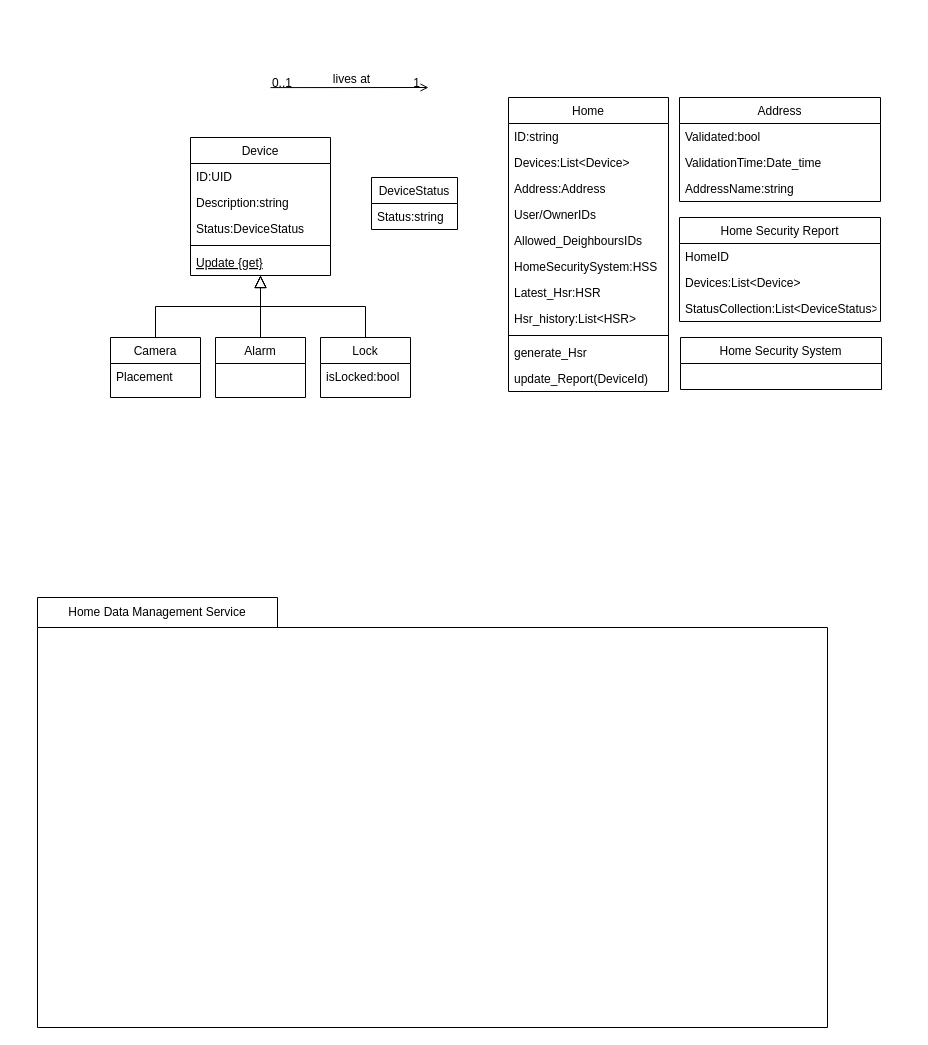
Above: ClassesDiagram.drawio in zelcam4ever/SoftwareArch (draw.io), before the change. Source tidied: cells renumbered, new cells numbered last; positions are measured from the earlier drawing's top-left corner, leaving out a move shared by most shapes. Both pictures are drawn from the tidied source at 100%, with x=0, y=0 at pixel (37, 87).
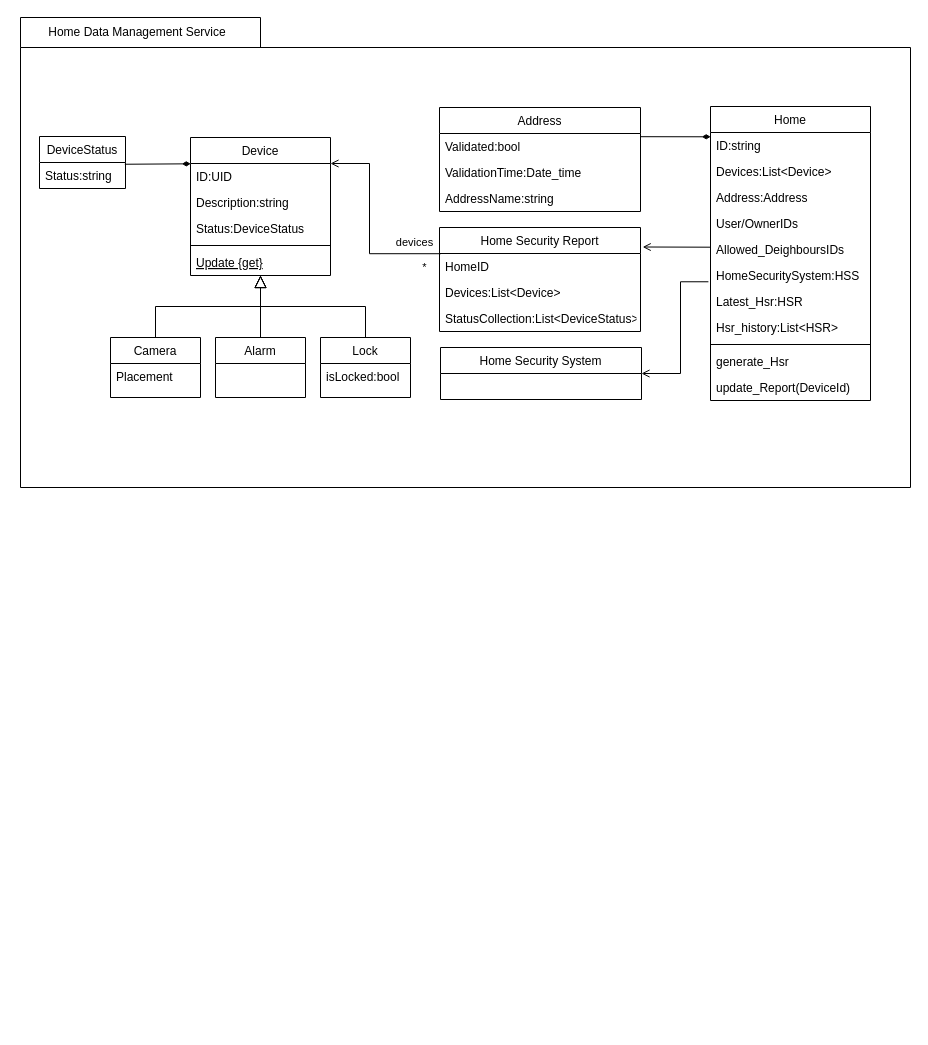
Above is the later version.

The change refers to these unchanged cells:
```xml
<mxCell id="4" value="ID:UID" style="text;align=left;verticalAlign=top;spacingLeft=4;spacingRight=4;overflow=hidden;points=[[0,0.5],[1,0.5]];portConstraint=eastwest;" parent="3" vertex="1">
  <mxGeometry y="26" width="140" height="26" as="geometry" />
</mxCell>
<mxCell id="21" value="HomeSecuritySystem:HSS" style="text;align=left;verticalAlign=top;spacingLeft=4;spacingRight=4;overflow=hidden;points=[[0,0.5],[1,0.5]];portConstraint=eastwest;rounded=0;shadow=0;html=0;" parent="15" vertex="1">
  <mxGeometry y="156" width="160" height="26" as="geometry" />
</mxCell>
<mxCell id="34" value="HomeID" style="text;align=left;verticalAlign=top;spacingLeft=4;spacingRight=4;overflow=hidden;points=[[0,0.5],[1,0.5]];portConstraint=eastwest;rounded=0;shadow=0;html=0;" parent="33" vertex="1">
  <mxGeometry y="26" width="201" height="26" as="geometry" />
</mxCell>
<mxCell id="39" value="Status:string" style="text;align=left;verticalAlign=top;spacingLeft=4;spacingRight=4;overflow=hidden;points=[[0,0.5],[1,0.5]];portConstraint=eastwest;rounded=0;shadow=0;html=0;" parent="38" vertex="1">
  <mxGeometry y="26" width="86" height="26" as="geometry" />
</mxCell>
```

The edit, as a diff of the source:
```diff
@@
     <mxCell id="2" style="shape=folder;fontStyle=1;spacingTop=10;tabWidth=240;tabHeight=30;tabPosition=left;html=1;whiteSpace=wrap;" parent="1" vertex="1">
-      <mxGeometry y="510" width="790" height="430" as="geometry" />
+      <mxGeometry x="-17" y="-70" width="890" height="470" as="geometry" />
     </mxCell>
@@
     <mxCell id="15" value="Home" style="swimlane;fontStyle=0;align=center;verticalAlign=top;horizontal=1;startSize=26;rounded=0;shadow=0;strokeWidth=1;" parent="1" vertex="1">
-      <mxGeometry x="471" y="10" width="160" height="294" as="geometry" />
+      <mxGeometry x="673" y="19" width="160" height="294" as="geometry" />
     </mxCell>
@@
-    <mxCell id="29" style="endArrow=open;shadow=0;strokeWidth=1;rounded=0;curved=0;endFill=1;edgeStyle=elbowEdgeStyle;elbow=vertical;" parent="1" edge="1">
-      <mxGeometry x="0.5" y="41" relative="1" as="geometry">
-        <mxPoint x="233" y="0.1" as="sourcePoint" />
-        <mxPoint x="391" y="0.1" as="targetPoint" />
-        <mxPoint x="-40" y="32" as="offset" />
-      </mxGeometry>
-    </mxCell>
-    <mxCell id="30" value="0..1" style="align=left;verticalAlign=bottom;labelBackgroundColor=none;fontSize=12;" parent="29" vertex="1">
-      <mxGeometry x="-1" relative="1" as="geometry">
-        <mxPoint y="4" as="offset" />
-      </mxGeometry>
-    </mxCell>
-    <mxCell id="31" value="1" style="align=right;verticalAlign=bottom;labelBackgroundColor=none;fontSize=12;" parent="29" vertex="1">
-      <mxGeometry x="1" relative="1" as="geometry">
-        <mxPoint x="-7" y="4" as="offset" />
-      </mxGeometry>
-    </mxCell>
-    <mxCell id="32" value="lives at" style="text;html=1;align=center;verticalAlign=middle;labelBackgroundColor=none;rounded=0;shadow=0;strokeWidth=1;fontSize=12;" parent="29" vertex="1">
-      <mxGeometry x="0.5" y="49" relative="1" as="geometry">
-        <mxPoint x="-38" y="40" as="offset" />
-      </mxGeometry>
-    </mxCell>
     <mxCell id="33" value="Home Security Report" style="swimlane;fontStyle=0;align=center;verticalAlign=top;horizontal=1;startSize=26;rounded=0;shadow=0;strokeWidth=1;" parent="1" vertex="1">
-      <mxGeometry x="642" y="130" width="201" height="104" as="geometry" />
+      <mxGeometry x="402" y="140" width="201" height="104" as="geometry" />
     </mxCell>
@@
     <mxCell id="37" value="Home Data Management Service" style="text;html=1;align=center;verticalAlign=middle;whiteSpace=wrap;rounded=0;" parent="1" vertex="1">
-      <mxGeometry y="510" width="240" height="30" as="geometry" />
+      <mxGeometry x="-20" y="-70" width="240" height="30" as="geometry" />
     </mxCell>
     <mxCell id="38" value="DeviceStatus" style="swimlane;fontStyle=0;align=center;verticalAlign=top;horizontal=1;startSize=26;rounded=0;shadow=0;strokeWidth=1;" parent="1" vertex="1">
-      <mxGeometry x="334" y="90" width="86" height="52" as="geometry" />
+      <mxGeometry x="2" y="49" width="86" height="52" as="geometry" />
     </mxCell>
@@
     <mxCell id="40" value="Home Security System" style="swimlane;fontStyle=0;align=center;verticalAlign=top;horizontal=1;startSize=26;rounded=0;shadow=0;strokeWidth=1;" parent="1" vertex="1">
-      <mxGeometry x="643" y="250" width="201" height="52" as="geometry" />
+      <mxGeometry x="403" y="260" width="201" height="52" as="geometry" />
     </mxCell>
     <mxCell id="41" value="Address" style="swimlane;fontStyle=0;align=center;verticalAlign=top;horizontal=1;startSize=26;rounded=0;shadow=0;strokeWidth=1;" parent="1" vertex="1">
-      <mxGeometry x="642" y="10" width="201" height="104" as="geometry" />
+      <mxGeometry x="402" y="20" width="201" height="104" as="geometry" />
     </mxCell>
@@
+    <mxCell id="45" style="rounded=0;jettySize=auto;html=1;endArrow=diamondThin;endFill=1;exitX=0.992;exitY=0.067;exitDx=0;exitDy=0;exitPerimeter=0;entryX=0.002;entryY=0.012;entryDx=0;entryDy=0;entryPerimeter=0;" parent="1" edge="1" source="39" target="4">
+      <mxGeometry relative="1" as="geometry" />
+    </mxCell>
+    <mxCell id="46" style="rounded=0;orthogonalLoop=1;jettySize=auto;html=1;entryX=0.001;entryY=0.164;entryDx=0;entryDy=0;entryPerimeter=0;endArrow=diamondThin;endFill=1;" parent="1" edge="1">
+      <mxGeometry relative="1" as="geometry">
+        <mxPoint x="603" y="49.2" as="sourcePoint" />
+        <mxPoint x="673.2" y="49.3" as="targetPoint" />
+      </mxGeometry>
+    </mxCell>
+    <mxCell id="47" style="rounded=0;orthogonalLoop=1;jettySize=auto;html=1;entryX=1.011;entryY=0.207;entryDx=0;entryDy=0;entryPerimeter=0;endArrow=open;endFill=0;" parent="1" edge="1">
+      <mxGeometry relative="1" as="geometry">
+        <mxPoint x="673" y="159.7" as="sourcePoint" />
+        <mxPoint x="605.2" y="159.5" as="targetPoint" />
+      </mxGeometry>
+    </mxCell>
+    <mxCell id="48" style="rounded=0;jettySize=auto;html=1;endArrow=open;endFill=0;edgeStyle=elbowEdgeStyle;entryX=1;entryY=0.5;entryDx=0;entryDy=0;exitX=-0.013;exitY=0.741;exitDx=0;exitDy=0;exitPerimeter=0;" parent="1" edge="1" source="21" target="40">
+      <mxGeometry relative="1" as="geometry">
+        <Array as="points">
+          <mxPoint x="643" y="220" />
+        </Array>
+      </mxGeometry>
+    </mxCell>
+    <mxCell id="49" style="rounded=0;jettySize=auto;html=1;endArrow=open;endFill=0;edgeStyle=elbowEdgeStyle;entryX=1;entryY=0.5;entryDx=0;entryDy=0;exitX=0.007;exitY=0.008;exitDx=0;exitDy=0;exitPerimeter=0;" parent="1" edge="1" source="34">
+      <mxGeometry relative="1" as="geometry">
+        <mxPoint x="293" y="76" as="targetPoint" />
+        <Array as="points">
+          <mxPoint x="332" y="10" />
+        </Array>
+      </mxGeometry>
+    </mxCell>
+    <mxCell id="50" value="&lt;font style=&quot;font-size: 11px;&quot;&gt;devices&lt;/font&gt;" style="text;html=1;align=center;verticalAlign=middle;strokeColor=none;fillColor=none;" parent="1" vertex="1">
+      <mxGeometry x="347" y="140" width="60" height="30" as="geometry" />
+    </mxCell>
+    <mxCell id="51" value="&lt;font style=&quot;font-size: 11px;&quot;&gt;*&lt;/font&gt;" style="text;html=1;align=center;verticalAlign=middle;strokeColor=none;fillColor=none;" parent="1" vertex="1">
+      <mxGeometry x="372" y="165" width="30" height="30" as="geometry" />
+    </mxCell>
```
